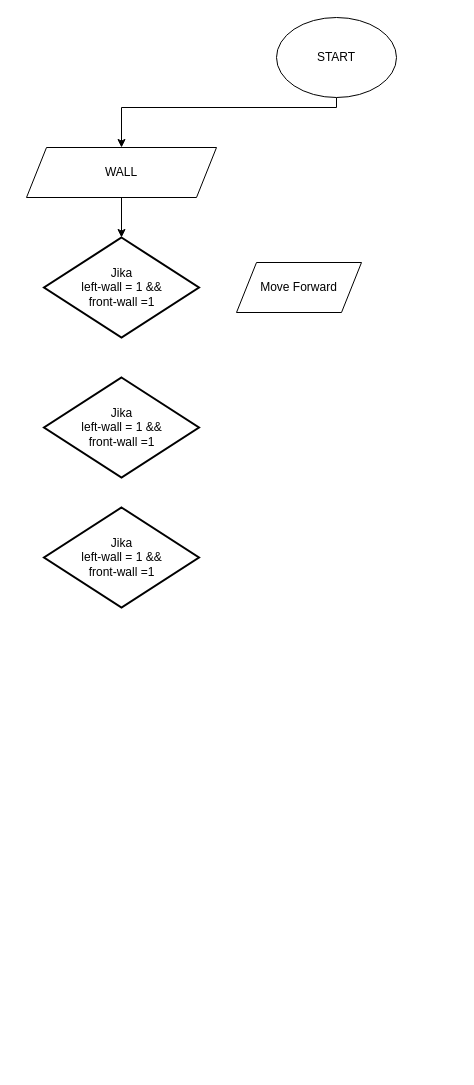
ilhamdestyo/draw.io keeps this draw.io diagram as WallFollower_Flowchart.drawio. Above is the earlier version. Source tidied: cells renumbered, new cells numbered last; positions are measured from the earlier drawing's top-left corner, leaving out a move shared by most shapes. Both pictures are drawn from the tidied source at 100%, with x=0, y=0 at pixel (26, 17).
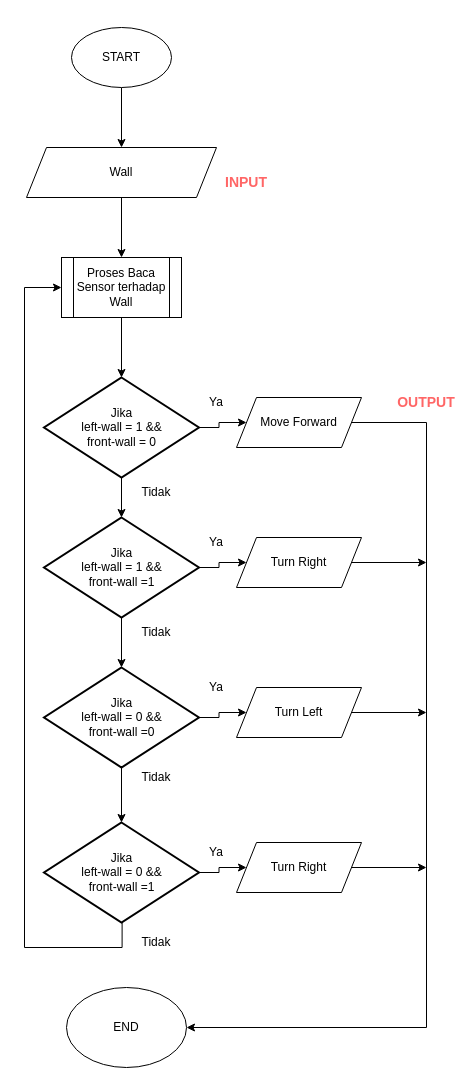
The same diagram, later.

Change to the diagram source:
```diff
@@
-    <mxCell id="2" style="edgeStyle=orthogonalEdgeStyle;rounded=0;jettySize=auto;html=1;entryX=0.5;entryY=0;entryDx=0;entryDy=0;" parent="1" edge="1" source="3" target="5">
-      <mxGeometry relative="1" as="geometry">
-        <Array as="points">
-          <mxPoint x="310" y="90" />
-          <mxPoint x="95" y="90" />
-        </Array>
-      </mxGeometry>
+    <mxCell id="2" style="edgeStyle=orthogonalEdgeStyle;rounded=0;jettySize=auto;html=1;entryX=0.5;entryY=0;entryDx=0;entryDy=0;fontSize=14;fontColor=#FF6666;" parent="1" edge="1" source="3" target="5">
+      <mxGeometry relative="1" as="geometry" />
     </mxCell>
     <mxCell id="3" value="START" style="ellipse;whiteSpace=wrap;html=1;" parent="1" vertex="1">
-      <mxGeometry x="250" width="120" height="80" as="geometry" />
+      <mxGeometry x="45" y="10" width="100" height="60" as="geometry" />
     </mxCell>
-    <mxCell id="4" style="edgeStyle=orthogonalEdgeStyle;rounded=0;jettySize=auto;html=1;" parent="1" edge="1" source="5" target="6">
-      <mxGeometry relative="1" as="geometry" />
-    </mxCell>
+    <mxCell id="10" style="edgeStyle=orthogonalEdgeStyle;rounded=0;jettySize=auto;html=1;fontSize=12;" parent="1" edge="1" source="5" target="36">
+      <mxGeometry relative="1" as="geometry" />
+    </mxCell>
-    <mxCell id="5" value="WALL" style="shape=parallelogram;perimeter=parallelogramPerimeter;whiteSpace=wrap;html=1;fixedSize=1;" parent="1" vertex="1">
+    <mxCell id="5" value="Wall" style="shape=parallelogram;perimeter=parallelogramPerimeter;whiteSpace=wrap;html=1;fixedSize=1;" parent="1" vertex="1">
       <mxGeometry y="130" width="190" height="50" as="geometry" />
     </mxCell>
+    <mxCell id="11" style="edgeStyle=orthogonalEdgeStyle;rounded=0;jettySize=auto;html=1;fontSize=12;" parent="1" edge="1" source="6" target="8">
+      <mxGeometry relative="1" as="geometry" />
+    </mxCell>
+    <mxCell id="12" style="edgeStyle=orthogonalEdgeStyle;rounded=0;jettySize=auto;html=1;fontSize=12;" parent="1" edge="1" source="6" target="7">
+      <mxGeometry relative="1" as="geometry" />
+    </mxCell>
-    <mxCell id="6" value="&lt;font style=&quot;font-size: 12px;&quot;&gt;Jika &lt;br&gt;left-wall = 1 &amp;amp;&amp;amp; &lt;br&gt;front-wall =1&lt;/font&gt;" style="strokeWidth=2;html=1;shape=mxgraph.flowchart.decision;whiteSpace=wrap;align=center;" parent="1" vertex="1">
-      <mxGeometry x="17.5" y="220" width="155" height="100" as="geometry" />
+    <mxCell id="6" value="&lt;font style=&quot;font-size: 12px;&quot;&gt;Jika &lt;br&gt;left-wall = 1 &amp;amp;&amp;amp; &lt;br&gt;front-wall = 0&lt;/font&gt;" style="strokeWidth=2;html=1;shape=mxgraph.flowchart.decision;whiteSpace=wrap;align=center;" parent="1" vertex="1">
+      <mxGeometry x="17.5" y="360" width="155" height="100" as="geometry" />
     </mxCell>
+    <mxCell id="13" style="edgeStyle=orthogonalEdgeStyle;rounded=0;jettySize=auto;html=1;fontSize=12;entryX=1;entryY=0.5;entryDx=0;entryDy=0;" parent="1" edge="1" source="7" target="37">
+      <mxGeometry relative="1" as="geometry">
+        <Array as="points">
+          <mxPoint x="400" y="405" />
+          <mxPoint x="400" y="1010" />
+        </Array>
+      </mxGeometry>
+    </mxCell>
     <mxCell id="7" value="Move Forward" style="shape=parallelogram;perimeter=parallelogramPerimeter;whiteSpace=wrap;html=1;fixedSize=1;" parent="1" vertex="1">
-      <mxGeometry x="210" y="245" width="125" height="50" as="geometry" />
+      <mxGeometry x="210" y="380" width="125" height="50" as="geometry" />
     </mxCell>
+    <mxCell id="14" style="edgeStyle=orthogonalEdgeStyle;rounded=0;jettySize=auto;html=1;fontSize=12;" parent="1" edge="1" source="8" target="9">
+      <mxGeometry relative="1" as="geometry" />
+    </mxCell>
+    <mxCell id="15" style="edgeStyle=orthogonalEdgeStyle;rounded=0;jettySize=auto;html=1;fontSize=12;" parent="1" edge="1" source="8" target="19">
+      <mxGeometry relative="1" as="geometry" />
+    </mxCell>
     <mxCell id="8" value="&lt;font style=&quot;font-size: 12px;&quot;&gt;Jika &lt;br&gt;left-wall = 1 &amp;amp;&amp;amp; &lt;br&gt;front-wall =1&lt;/font&gt;" style="strokeWidth=2;html=1;shape=mxgraph.flowchart.decision;whiteSpace=wrap;align=center;" parent="1" vertex="1">
-      <mxGeometry x="17.5" y="360" width="155" height="100" as="geometry" />
+      <mxGeometry x="17.5" y="500" width="155" height="100" as="geometry" />
     </mxCell>
+    <mxCell id="16" style="edgeStyle=orthogonalEdgeStyle;rounded=0;jettySize=auto;html=1;fontSize=12;" parent="1" edge="1" source="9" target="24">
+      <mxGeometry relative="1" as="geometry" />
+    </mxCell>
+    <mxCell id="17" style="edgeStyle=orthogonalEdgeStyle;rounded=0;jettySize=auto;html=1;fontSize=12;" parent="1" edge="1" source="9" target="21">
+      <mxGeometry relative="1" as="geometry" />
+    </mxCell>
-    <mxCell id="9" value="&lt;font style=&quot;font-size: 12px;&quot;&gt;Jika &lt;br&gt;left-wall = 1 &amp;amp;&amp;amp; &lt;br&gt;front-wall =1&lt;/font&gt;" style="strokeWidth=2;html=1;shape=mxgraph.flowchart.decision;whiteSpace=wrap;align=center;" parent="1" vertex="1">
-      <mxGeometry x="17.5" y="490" width="155" height="100" as="geometry" />
+    <mxCell id="9" value="&lt;font style=&quot;font-size: 12px;&quot;&gt;Jika &lt;br&gt;left-wall = 0 &amp;amp;&amp;amp; &lt;br&gt;front-wall =0&lt;/font&gt;" style="strokeWidth=2;html=1;shape=mxgraph.flowchart.decision;whiteSpace=wrap;align=center;" parent="1" vertex="1">
+      <mxGeometry x="17.5" y="650" width="155" height="100" as="geometry" />
     </mxCell>
+    <mxCell id="18" style="edgeStyle=orthogonalEdgeStyle;rounded=0;jettySize=auto;html=1;exitX=1;exitY=0.5;exitDx=0;exitDy=0;fontSize=12;" parent="1" edge="1" source="19">
+      <mxGeometry relative="1" as="geometry">
+        <mxPoint x="400" y="545" as="targetPoint" />
+      </mxGeometry>
+    </mxCell>
+    <mxCell id="19" value="Turn Right" style="shape=parallelogram;perimeter=parallelogramPerimeter;whiteSpace=wrap;html=1;fixedSize=1;" parent="1" vertex="1">
+      <mxGeometry x="210" y="520" width="125" height="50" as="geometry" />
+    </mxCell>
+    <mxCell id="20" style="edgeStyle=orthogonalEdgeStyle;rounded=0;jettySize=auto;html=1;fontSize=12;" parent="1" edge="1" source="21">
+      <mxGeometry relative="1" as="geometry">
+        <mxPoint x="400" y="695" as="targetPoint" />
+      </mxGeometry>
+    </mxCell>
+    <mxCell id="21" value="Turn Left" style="shape=parallelogram;perimeter=parallelogramPerimeter;whiteSpace=wrap;html=1;fixedSize=1;" parent="1" vertex="1">
+      <mxGeometry x="210" y="670" width="125" height="50" as="geometry" />
+    </mxCell>
+    <mxCell id="22" style="edgeStyle=orthogonalEdgeStyle;rounded=0;jettySize=auto;html=1;fontSize=12;" parent="1" edge="1" source="24" target="26">
+      <mxGeometry relative="1" as="geometry" />
+    </mxCell>
+    <mxCell id="23" style="edgeStyle=orthogonalEdgeStyle;rounded=0;jettySize=auto;html=1;fontSize=12;entryX=0;entryY=0.5;entryDx=0;entryDy=0;exitX=0.504;exitY=0.974;exitDx=0;exitDy=0;exitPerimeter=0;" parent="1" edge="1" source="24" target="36">
+      <mxGeometry relative="1" as="geometry">
+        <Array as="points">
+          <mxPoint x="96" y="930" />
+          <mxPoint x="-2" y="930" />
+          <mxPoint x="-2" y="270" />
+        </Array>
+      </mxGeometry>
+    </mxCell>
+    <mxCell id="24" value="&lt;font style=&quot;font-size: 12px;&quot;&gt;Jika &lt;br&gt;left-wall = 0 &amp;amp;&amp;amp; &lt;br&gt;front-wall =1&lt;/font&gt;" style="strokeWidth=2;html=1;shape=mxgraph.flowchart.decision;whiteSpace=wrap;align=center;" parent="1" vertex="1">
+      <mxGeometry x="17.5" y="805" width="155" height="100" as="geometry" />
+    </mxCell>
+    <mxCell id="25" style="edgeStyle=orthogonalEdgeStyle;rounded=0;jettySize=auto;html=1;fontSize=12;" parent="1" edge="1" source="26">
+      <mxGeometry relative="1" as="geometry">
+        <mxPoint x="400" y="850" as="targetPoint" />
+      </mxGeometry>
+    </mxCell>
+    <mxCell id="26" value="Turn Right" style="shape=parallelogram;perimeter=parallelogramPerimeter;whiteSpace=wrap;html=1;fixedSize=1;" parent="1" vertex="1">
+      <mxGeometry x="210" y="825" width="125" height="50" as="geometry" />
+    </mxCell>
+    <mxCell id="27" value="Ya" style="text;html=1;strokeColor=none;fillColor=none;align=center;verticalAlign=middle;whiteSpace=wrap;rounded=0;fontSize=12;" parent="1" vertex="1">
+      <mxGeometry x="160" y="370" width="60" height="30" as="geometry" />
+    </mxCell>
+    <mxCell id="28" value="Tidak" style="text;html=1;strokeColor=none;fillColor=none;align=center;verticalAlign=middle;whiteSpace=wrap;rounded=0;fontSize=12;" parent="1" vertex="1">
+      <mxGeometry x="100" y="460" width="60" height="30" as="geometry" />
+    </mxCell>
+    <mxCell id="29" value="Ya" style="text;html=1;strokeColor=none;fillColor=none;align=center;verticalAlign=middle;whiteSpace=wrap;rounded=0;fontSize=12;" parent="1" vertex="1">
+      <mxGeometry x="160" y="510" width="60" height="30" as="geometry" />
+    </mxCell>
+    <mxCell id="30" value="Tidak" style="text;html=1;strokeColor=none;fillColor=none;align=center;verticalAlign=middle;whiteSpace=wrap;rounded=0;fontSize=12;" parent="1" vertex="1">
+      <mxGeometry x="100" y="600" width="60" height="30" as="geometry" />
+    </mxCell>
+    <mxCell id="31" value="Ya" style="text;html=1;strokeColor=none;fillColor=none;align=center;verticalAlign=middle;whiteSpace=wrap;rounded=0;fontSize=12;" parent="1" vertex="1">
+      <mxGeometry x="160" y="655" width="60" height="30" as="geometry" />
+    </mxCell>
+    <mxCell id="32" value="Tidak" style="text;html=1;strokeColor=none;fillColor=none;align=center;verticalAlign=middle;whiteSpace=wrap;rounded=0;fontSize=12;" parent="1" vertex="1">
+      <mxGeometry x="100" y="745" width="60" height="30" as="geometry" />
+    </mxCell>
+    <mxCell id="33" value="Ya" style="text;html=1;strokeColor=none;fillColor=none;align=center;verticalAlign=middle;whiteSpace=wrap;rounded=0;fontSize=12;" parent="1" vertex="1">
+      <mxGeometry x="160" y="820" width="60" height="30" as="geometry" />
+    </mxCell>
+    <mxCell id="34" value="Tidak" style="text;html=1;strokeColor=none;fillColor=none;align=center;verticalAlign=middle;whiteSpace=wrap;rounded=0;fontSize=12;" parent="1" vertex="1">
+      <mxGeometry x="100" y="910" width="60" height="30" as="geometry" />
+    </mxCell>
+    <mxCell id="35" style="edgeStyle=orthogonalEdgeStyle;rounded=0;jettySize=auto;html=1;fontSize=12;" parent="1" edge="1" source="36" target="6">
+      <mxGeometry relative="1" as="geometry" />
+    </mxCell>
+    <mxCell id="36" value="Proses Baca Sensor terhadap Wall" style="shape=process;whiteSpace=wrap;html=1;backgroundOutline=1;fontSize=12;" parent="1" vertex="1">
+      <mxGeometry x="35" y="240" width="120" height="60" as="geometry" />
+    </mxCell>
+    <mxCell id="37" value="END" style="ellipse;whiteSpace=wrap;html=1;" parent="1" vertex="1">
+      <mxGeometry x="40" y="970" width="120" height="80" as="geometry" />
+    </mxCell>
+    <mxCell id="38" value="&lt;font color=&quot;#ff6666&quot; style=&quot;font-size: 14px;&quot;&gt;&lt;b&gt;INPUT&lt;/b&gt;&lt;/font&gt;" style="text;html=1;strokeColor=none;fillColor=none;align=center;verticalAlign=middle;whiteSpace=wrap;rounded=0;fontSize=12;" parent="1" vertex="1">
+      <mxGeometry x="190" y="150" width="60" height="30" as="geometry" />
+    </mxCell>
+    <mxCell id="39" value="&lt;font color=&quot;#ff6666&quot; style=&quot;font-size: 14px;&quot;&gt;&lt;b&gt;OUTPUT&lt;/b&gt;&lt;/font&gt;" style="text;html=1;strokeColor=none;fillColor=none;align=center;verticalAlign=middle;whiteSpace=wrap;rounded=0;fontSize=12;" parent="1" vertex="1">
+      <mxGeometry x="370" y="370" width="60" height="30" as="geometry" />
+    </mxCell>
```
